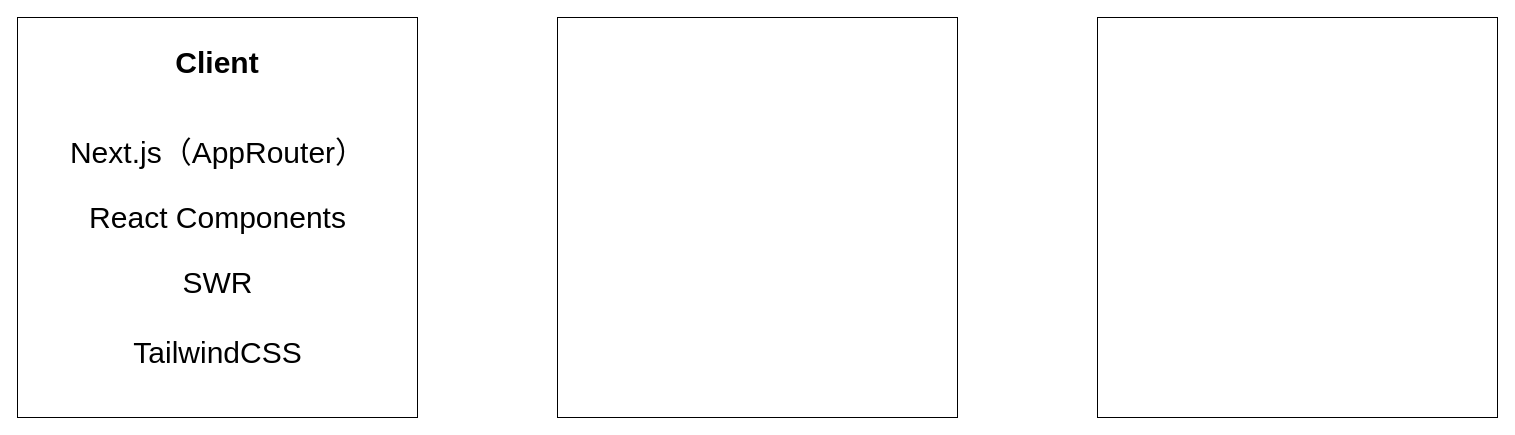
The draw.io diagram architecture.drawio in kei615ykhm/logic-loom-memo, before the edit. Source tidied: cells renumbered, new cells numbered last; positions are measured from the earlier drawing's top-left corner, leaving out a move shared by most shapes. Both pictures are drawn from the tidied source at 100%, with x=0, y=0 at pixel (17, 17).
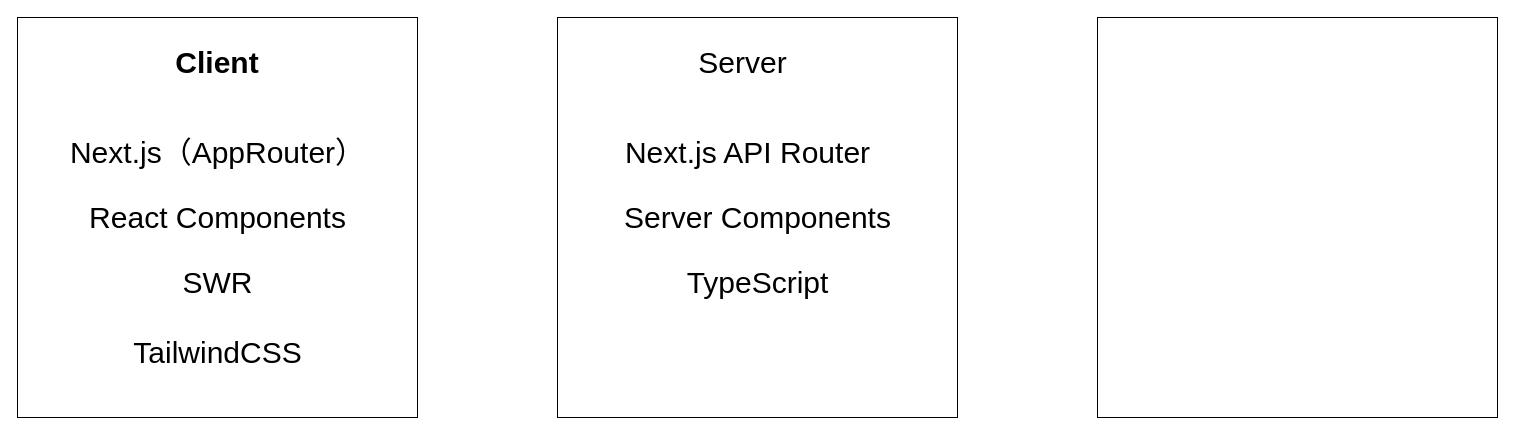
The same page after the edit.

Commit message:
add: Serverのアーキテクチャを作成

Change to the diagram source:
```diff
@@
 <mxGraphModel>
   <root>
     <mxCell id="0" />
     <mxCell id="1" parent="0" />
     <mxCell id="2" style="whiteSpace=wrap;html=1;" parent="1" vertex="1">
       <mxGeometry width="400" height="400" as="geometry" />
     </mxCell>
     <mxCell id="3" value="Client" style="text;strokeColor=none;align=center;fillColor=none;html=1;verticalAlign=middle;whiteSpace=wrap;rounded=0;fontSize=30;fontStyle=1;" parent="1" vertex="1">
       <mxGeometry x="170" y="30" width="60" height="30" as="geometry" />
     </mxCell>
     <mxCell id="4" value="Next.js（AppRouter）" style="text;html=1;align=center;verticalAlign=middle;strokeColor=none;fillColor=none;fontSize=30;" parent="1" vertex="1">
       <mxGeometry x="40" y="110" width="320" height="50" as="geometry" />
     </mxCell>
     <mxCell id="5" value="React Components" style="text;html=1;align=center;verticalAlign=middle;strokeColor=none;fillColor=none;fontSize=30;" parent="1" vertex="1">
       <mxGeometry x="60" y="175" width="280" height="50" as="geometry" />
     </mxCell>
     <mxCell id="6" value="SWR" style="text;html=1;align=center;verticalAlign=middle;strokeColor=none;fillColor=none;fontSize=30;" parent="1" vertex="1">
       <mxGeometry x="155" y="240" width="90" height="50" as="geometry" />
     </mxCell>
     <mxCell id="7" value="TailwindCSS" style="text;html=1;align=center;verticalAlign=middle;strokeColor=none;fillColor=none;fontSize=30;" parent="1" vertex="1">
       <mxGeometry x="105" y="310" width="190" height="50" as="geometry" />
     </mxCell>
     <mxCell id="8" style="whiteSpace=wrap;html=1;fontSize=30;" parent="1" vertex="1">
       <mxGeometry x="540" width="400" height="400" as="geometry" />
     </mxCell>
     <mxCell id="9" style="whiteSpace=wrap;html=1;fontSize=30;" parent="1" vertex="1">
       <mxGeometry x="1080" width="400" height="400" as="geometry" />
     </mxCell>
+    <mxCell id="10" value="Server" style="text;html=1;align=center;verticalAlign=middle;strokeColor=none;fillColor=none;fontSize=30;" parent="1" vertex="1">
+      <mxGeometry x="670" y="20" width="110" height="50" as="geometry" />
+    </mxCell>
+    <mxCell id="11" value="&lt;span style=&quot;&quot;&gt;Next.js API Router&lt;/span&gt;" style="text;html=1;align=center;verticalAlign=middle;strokeColor=none;fillColor=none;fontSize=30;" parent="1" vertex="1">
+      <mxGeometry x="595" y="110" width="270" height="50" as="geometry" />
+    </mxCell>
+    <mxCell id="12" value="Server Components" style="text;html=1;align=center;verticalAlign=middle;strokeColor=none;fillColor=none;fontSize=30;" parent="1" vertex="1">
+      <mxGeometry x="595" y="175" width="290" height="50" as="geometry" />
+    </mxCell>
+    <mxCell id="13" value="TypeScript" style="text;html=1;align=center;verticalAlign=middle;strokeColor=none;fillColor=none;fontSize=30;" parent="1" vertex="1">
+      <mxGeometry x="655" y="240" width="170" height="50" as="geometry" />
+    </mxCell>
   </root>
 </mxGraphModel>
```
